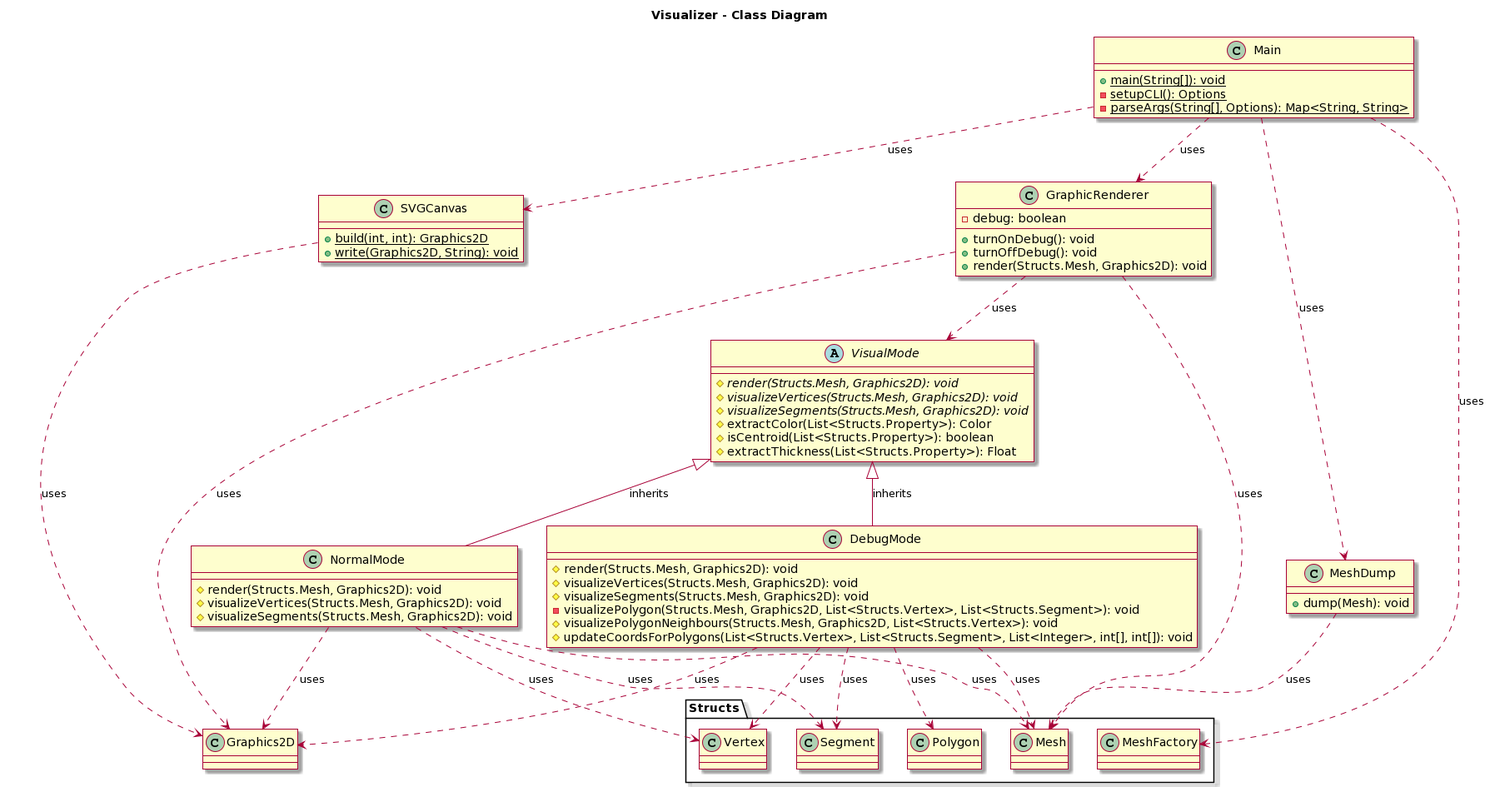
This is umlDiagrams/part3Visualizer.png from itshady/Island-Generator, a PlantUML export, as it was before one commit.
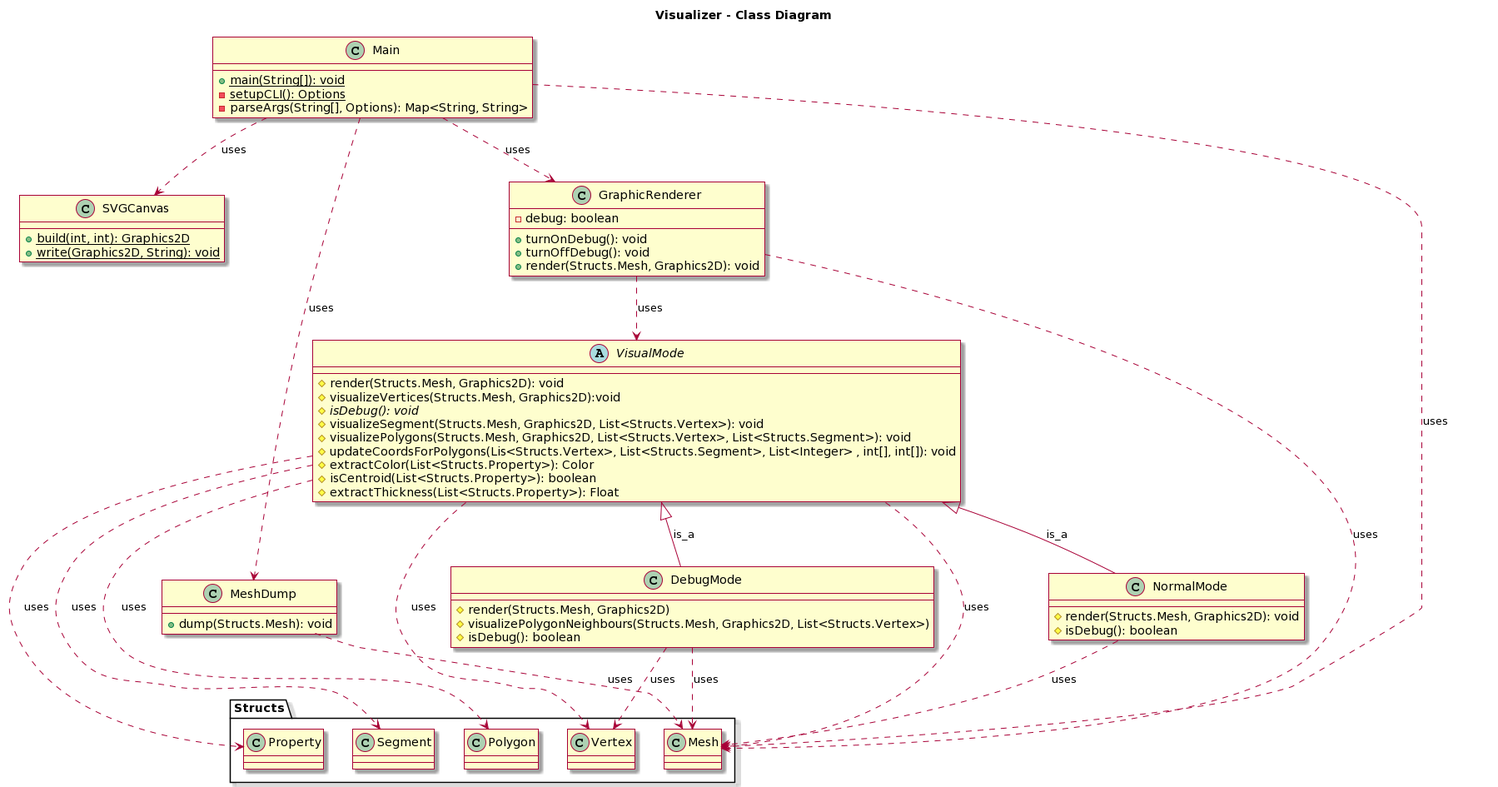
After the change.

Commit message:
Edited part 3 visualizer UML

What changed in the source:
```diff
@@ -4,72 +4,65 @@
 title Visualizer - Class Diagram
 
 class Main {
-  +{static}main(String[]): void
-  -{static}setupCLI(): Options
-  -{static}parseArgs(String[], Options): Map<String, String>
+  +{static} main(String[]): void
+  -{static} setupCLI(): Options
+  -parseArgs(String[], Options): Map<String, String>
 }
+
+abstract class VisualMode {
+  #render(Structs.Mesh, Graphics2D): void
+  #visualizeVertices(Structs.Mesh, Graphics2D):void
+  #{abstract}isDebug(): void
+  #visualizeSegment(Structs.Mesh, Graphics2D, List<Structs.Vertex>): void
+  #visualizePolygons(Structs.Mesh, Graphics2D, List<Structs.Vertex>, List<Structs.Segment>): void
+  #updateCoordsForPolygons(Lis<Structs.Vertex>, List<Structs.Segment>, List<Integer> , int[], int[]): void
+  #extractColor(List<Structs.Property>): Color
+  #isCentroid(List<Structs.Property>): boolean
+  #extractThickness(List<Structs.Property>): Float
+}
+
+class SVGCanvas {
+  +{static} build(int, int): Graphics2D
+  +{static} write(Graphics2D, String): void
+}
+
+class NormalMode {
+  #render(Structs.Mesh, Graphics2D): void
+  #isDebug(): boolean
+}
+
+class MeshDump {
+  +dump(Structs.Mesh): void
+}
+
 class GraphicRenderer {
   -debug: boolean
   +turnOnDebug(): void
   +turnOffDebug(): void
   +render(Structs.Mesh, Graphics2D): void
 }
-abstract class VisualMode {
-  #{abstract}render(Structs.Mesh, Graphics2D): void
-  #{abstract}visualizeVertices(Structs.Mesh, Graphics2D): void
-  #{abstract}visualizeSegments(Structs.Mesh, Graphics2D): void
-  #extractColor(List<Structs.Property>): Color
-  #isCentroid(List<Structs.Property>): boolean
-  #extractThickness(List<Structs.Property>): Float
+
+class DebugMode {
+  #render(Structs.Mesh, Graphics2D)
+  #visualizePolygonNeighbours(Structs.Mesh, Graphics2D, List<Structs.Vertex>)
+  #isDebug(): boolean
 }
 
-class DebugMode {
-  #render(Structs.Mesh, Graphics2D): void
-  #visualizeVertices(Structs.Mesh, Graphics2D): void
-  #visualizeSegments(Structs.Mesh, Graphics2D): void
-  -visualizePolygon(Structs.Mesh, Graphics2D, List<Structs.Vertex>, List<Structs.Segment>): void
-  #visualizePolygonNeighbours(Structs.Mesh, Graphics2D, List<Structs.Vertex>): void
-  #updateCoordsForPolygons(List<Structs.Vertex>, List<Structs.Segment>, List<Integer>, int[], int[]): void
-}
-
-class NormalMode {
-  #render(Structs.Mesh, Graphics2D): void
-  #visualizeVertices(Structs.Mesh, Graphics2D): void
-  #visualizeSegments(Structs.Mesh, Graphics2D): void
-}
-
-class SVGCanvas {
-  +{static}build(int, int): Graphics2D
-  +{static}write(Graphics2D, String): void
-}
-
-class MeshDump {
-  +dump(Mesh): void
-}
-
+VisualMode <|-- NormalMode: "is_a"
+VisualMode <|-- DebugMode: "is_a"
+VisualMode ..> Structs.Property: "uses"
+VisualMode ..> Structs.Vertex: "uses"
+VisualMode ..> Structs.Mesh: "uses"
+VisualMode ..> Structs.Segment: "uses"
+VisualMode ..> Structs.Polygon: "uses"
+NormalMode ..> Structs.Mesh: "uses"
+DebugMode ..> Structs.Mesh: "uses"
+DebugMode ..> Structs.Vertex: "uses"
+GraphicRenderer ..> Structs.Mesh: "uses"
+GraphicRenderer ..> VisualMode: "uses"
+MeshDump ..> Structs.Mesh: "uses"
 Main ..> GraphicRenderer: "uses"
-Main ..> Structs.MeshFactory: "uses"
+Main ..> Structs.Mesh: "uses"
 Main ..> SVGCanvas: "uses"
 Main ..> MeshDump: "uses"
-
-GraphicRenderer ..> Structs.Mesh: "uses"
-GraphicRenderer ..> Graphics2D: "uses"
-GraphicRenderer ..> VisualMode: "uses"
-
-VisualMode <|-- DebugMode: "inherits"
-VisualMode <|-- NormalMode: "inherits"
-
-DebugMode ..> Structs.Mesh: "uses"
-DebugMode ..> Graphics2D: "uses"
-DebugMode ..> Structs.Vertex: "uses"
-DebugMode ..> Structs.Segment: "uses"
-DebugMode ..> Structs.Polygon: "uses"
-
-NormalMode ..> Structs.Mesh: "uses"
-NormalMode ..> Graphics2D: "uses"
-NormalMode ..> Structs.Vertex: "uses"
-NormalMode ..> Structs.Segment: "uses"
-
-SVGCanvas ..> Graphics2D: "uses"
-MeshDump ..> Structs.Mesh: "uses"
 @enduml
```
